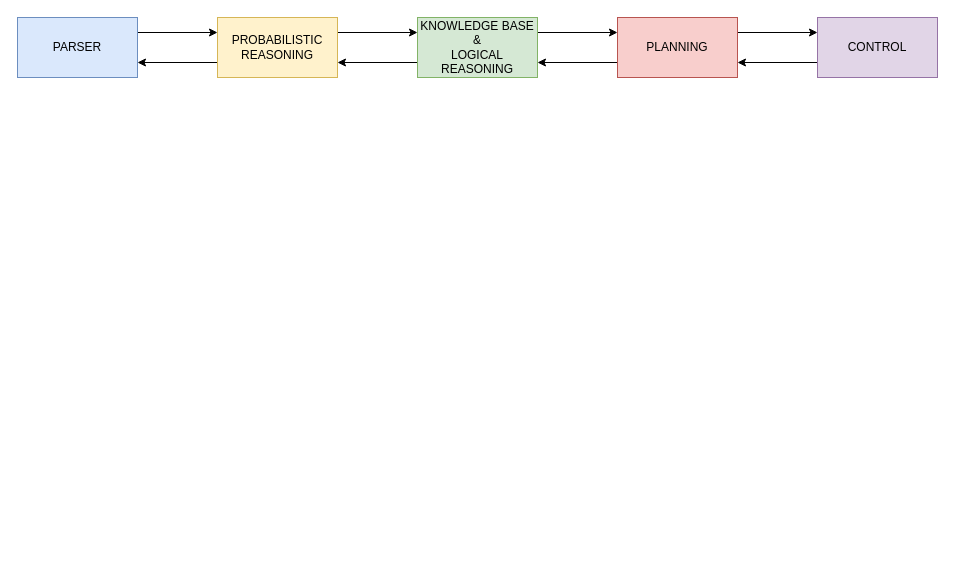
Above: page "architecture" (1 of 2) of lectures/nlp/images/nlp.drawio in pantelis/aiml-common (draw.io), before the change. Source tidied: cells renumbered, new cells numbered last; positions are measured from the earlier drawing's top-left corner, leaving out a move shared by most shapes. Both pictures are drawn from the tidied source at 100%, with x=0, y=0 at pixel (17, 17).
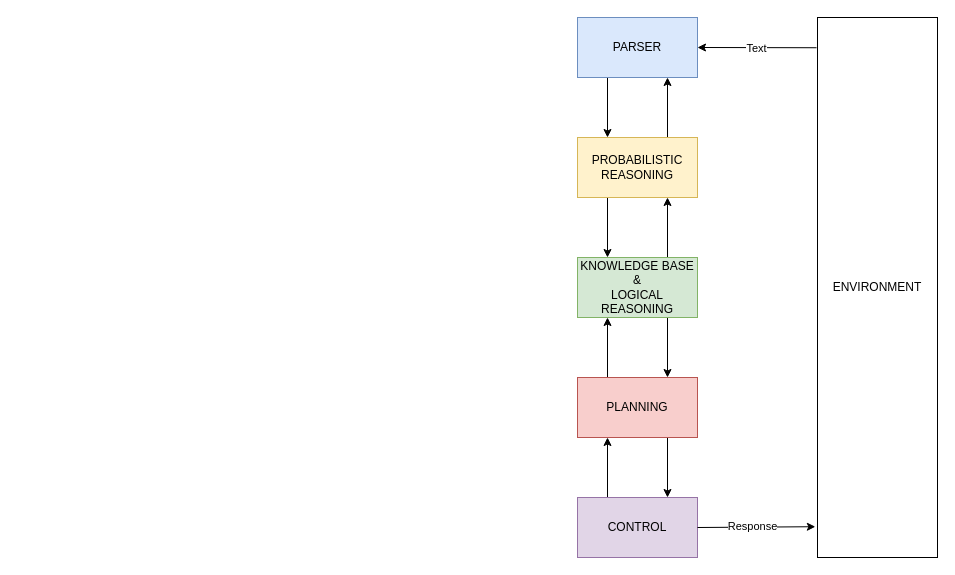
After the change.

What changed in the source:
```diff
@@
 <mxGraphModel>
   <root>
     <mxCell id="0" />
     <mxCell id="1" parent="0" />
-    <mxCell id="2" style="edgeStyle=orthogonalEdgeStyle;rounded=0;jettySize=auto;html=1;exitX=1;exitY=0.25;exitDx=0;exitDy=0;entryX=0;entryY=0.25;entryDx=0;entryDy=0;" parent="1" edge="1" source="3" target="6">
+    <mxCell id="2" style="edgeStyle=orthogonalEdgeStyle;rounded=0;jettySize=auto;html=1;exitX=0.25;exitY=1;exitDx=0;exitDy=0;entryX=0.25;entryY=0;entryDx=0;entryDy=0;" parent="1" edge="1" source="3" target="6">
       <mxGeometry relative="1" as="geometry" />
     </mxCell>
     <mxCell id="3" value="PARSER" style="rounded=0;whiteSpace=wrap;html=1;fillColor=#dae8fc;strokeColor=#6c8ebf;" parent="1" vertex="1">
-      <mxGeometry width="120" height="60" as="geometry" />
+      <mxGeometry x="560" width="120" height="60" as="geometry" />
     </mxCell>
-    <mxCell id="4" style="edgeStyle=orthogonalEdgeStyle;rounded=0;jettySize=auto;html=1;exitX=1;exitY=0.25;exitDx=0;exitDy=0;entryX=0;entryY=0.25;entryDx=0;entryDy=0;" parent="1" edge="1" source="6" target="14">
+    <mxCell id="4" style="edgeStyle=orthogonalEdgeStyle;rounded=0;jettySize=auto;html=1;exitX=0.25;exitY=1;exitDx=0;exitDy=0;entryX=0.25;entryY=0;entryDx=0;entryDy=0;" parent="1" edge="1" source="6" target="14">
       <mxGeometry relative="1" as="geometry" />
     </mxCell>
-    <mxCell id="5" style="edgeStyle=orthogonalEdgeStyle;rounded=0;jettySize=auto;html=1;exitX=0;exitY=0.75;exitDx=0;exitDy=0;entryX=1;entryY=0.75;entryDx=0;entryDy=0;" parent="1" edge="1" source="6" target="3">
+    <mxCell id="5" style="edgeStyle=orthogonalEdgeStyle;rounded=0;jettySize=auto;html=1;exitX=0.75;exitY=0;exitDx=0;exitDy=0;entryX=0.75;entryY=1;entryDx=0;entryDy=0;" parent="1" edge="1" source="6" target="3">
       <mxGeometry relative="1" as="geometry" />
     </mxCell>
     <mxCell id="6" value="PROBABILISTIC&lt;br&gt;REASONING" style="rounded=0;whiteSpace=wrap;html=1;fillColor=#fff2cc;strokeColor=#d6b656;" parent="1" vertex="1">
-      <mxGeometry x="200" width="120" height="60" as="geometry" />
+      <mxGeometry x="560" y="120" width="120" height="60" as="geometry" />
     </mxCell>
-    <mxCell id="7" style="edgeStyle=orthogonalEdgeStyle;rounded=0;jettySize=auto;html=1;exitX=0;exitY=0.75;exitDx=0;exitDy=0;entryX=1;entryY=0.75;entryDx=0;entryDy=0;" parent="1" edge="1" source="8" target="11">
+    <mxCell id="7" style="edgeStyle=orthogonalEdgeStyle;rounded=0;jettySize=auto;html=1;exitX=0.25;exitY=0;exitDx=0;exitDy=0;entryX=0.25;entryY=1;entryDx=0;entryDy=0;" parent="1" edge="1" source="8" target="11">
       <mxGeometry relative="1" as="geometry" />
     </mxCell>
     <mxCell id="8" value="CONTROL" style="rounded=0;whiteSpace=wrap;html=1;fillColor=#e1d5e7;strokeColor=#9673a6;" parent="1" vertex="1">
-      <mxGeometry x="800" width="120" height="60" as="geometry" />
+      <mxGeometry x="560" y="480" width="120" height="60" as="geometry" />
     </mxCell>
-    <mxCell id="9" style="edgeStyle=orthogonalEdgeStyle;rounded=0;jettySize=auto;html=1;exitX=1;exitY=0.25;exitDx=0;exitDy=0;entryX=0;entryY=0.25;entryDx=0;entryDy=0;" parent="1" edge="1" source="11" target="8">
+    <mxCell id="9" style="edgeStyle=orthogonalEdgeStyle;rounded=0;jettySize=auto;html=1;exitX=0.75;exitY=1;exitDx=0;exitDy=0;entryX=0.75;entryY=0;entryDx=0;entryDy=0;" parent="1" edge="1" source="11" target="8">
       <mxGeometry relative="1" as="geometry" />
     </mxCell>
-    <mxCell id="10" style="edgeStyle=orthogonalEdgeStyle;rounded=0;jettySize=auto;html=1;exitX=0;exitY=0.75;exitDx=0;exitDy=0;entryX=1;entryY=0.75;entryDx=0;entryDy=0;" parent="1" edge="1" source="11" target="14">
+    <mxCell id="10" style="edgeStyle=orthogonalEdgeStyle;rounded=0;jettySize=auto;html=1;exitX=0.25;exitY=0;exitDx=0;exitDy=0;entryX=0.25;entryY=1;entryDx=0;entryDy=0;" parent="1" edge="1" source="11" target="14">
       <mxGeometry relative="1" as="geometry" />
     </mxCell>
     <mxCell id="11" value="PLANNING" style="rounded=0;whiteSpace=wrap;html=1;fillColor=#f8cecc;strokeColor=#b85450;" parent="1" vertex="1">
-      <mxGeometry x="600" width="120" height="60" as="geometry" />
+      <mxGeometry x="560" y="360" width="120" height="60" as="geometry" />
     </mxCell>
-    <mxCell id="12" style="edgeStyle=orthogonalEdgeStyle;rounded=0;jettySize=auto;html=1;exitX=1;exitY=0.25;exitDx=0;exitDy=0;entryX=0;entryY=0.25;entryDx=0;entryDy=0;" parent="1" edge="1" source="14" target="11">
+    <mxCell id="12" style="edgeStyle=orthogonalEdgeStyle;rounded=0;jettySize=auto;html=1;exitX=0.75;exitY=1;exitDx=0;exitDy=0;entryX=0.75;entryY=0;entryDx=0;entryDy=0;" parent="1" edge="1" source="14" target="11">
       <mxGeometry relative="1" as="geometry" />
     </mxCell>
-    <mxCell id="13" style="edgeStyle=orthogonalEdgeStyle;rounded=0;jettySize=auto;html=1;exitX=0;exitY=0.75;exitDx=0;exitDy=0;entryX=1;entryY=0.75;entryDx=0;entryDy=0;" parent="1" edge="1" source="14" target="6">
+    <mxCell id="13" style="edgeStyle=orthogonalEdgeStyle;rounded=0;jettySize=auto;html=1;exitX=0.75;exitY=0;exitDx=0;exitDy=0;entryX=0.75;entryY=1;entryDx=0;entryDy=0;" parent="1" edge="1" source="14" target="6">
       <mxGeometry relative="1" as="geometry" />
     </mxCell>
     <mxCell id="14" value="KNOWLEDGE BASE &amp;amp; &lt;br&gt;LOGICAL&lt;br&gt;REASONING" style="rounded=0;whiteSpace=wrap;html=1;fillColor=#d5e8d4;strokeColor=#82b366;" parent="1" vertex="1">
-      <mxGeometry x="400" width="120" height="60" as="geometry" />
+      <mxGeometry x="560" y="240" width="120" height="60" as="geometry" />
     </mxCell>
+    <mxCell id="15" value="ENVIRONMENT" style="rounded=0;whiteSpace=wrap;html=1;" parent="1" vertex="1">
+      <mxGeometry x="800" width="120" height="540" as="geometry" />
+    </mxCell>
+    <mxCell id="16" style="endArrow=classic;html=1;entryX=1;entryY=0.5;entryDx=0;entryDy=0;exitX=-0.008;exitY=0.056;exitDx=0;exitDy=0;exitPerimeter=0;" parent="1" edge="1" source="15" target="3">
+      <mxGeometry relative="1" as="geometry" />
+    </mxCell>
+    <mxCell id="17" value="Text" style="edgeLabel;html=1;align=center;verticalAlign=middle;" parent="16" vertex="1">
+      <mxGeometry x="0.03" relative="1" as="geometry" />
+    </mxCell>
+    <mxCell id="18" style="endArrow=classic;html=1;exitX=1;exitY=0.5;exitDx=0;exitDy=0;entryX=-0.018;entryY=0.943;entryDx=0;entryDy=0;entryPerimeter=0;" parent="1" edge="1" source="8" target="15">
+      <mxGeometry relative="1" as="geometry" />
+    </mxCell>
+    <mxCell id="19" value="Response" style="edgeLabel;html=1;align=center;verticalAlign=middle;" parent="18" vertex="1">
+      <mxGeometry x="-0.07" y="1" relative="1" as="geometry" />
+    </mxCell>
   </root>
 </mxGraphModel>
```
